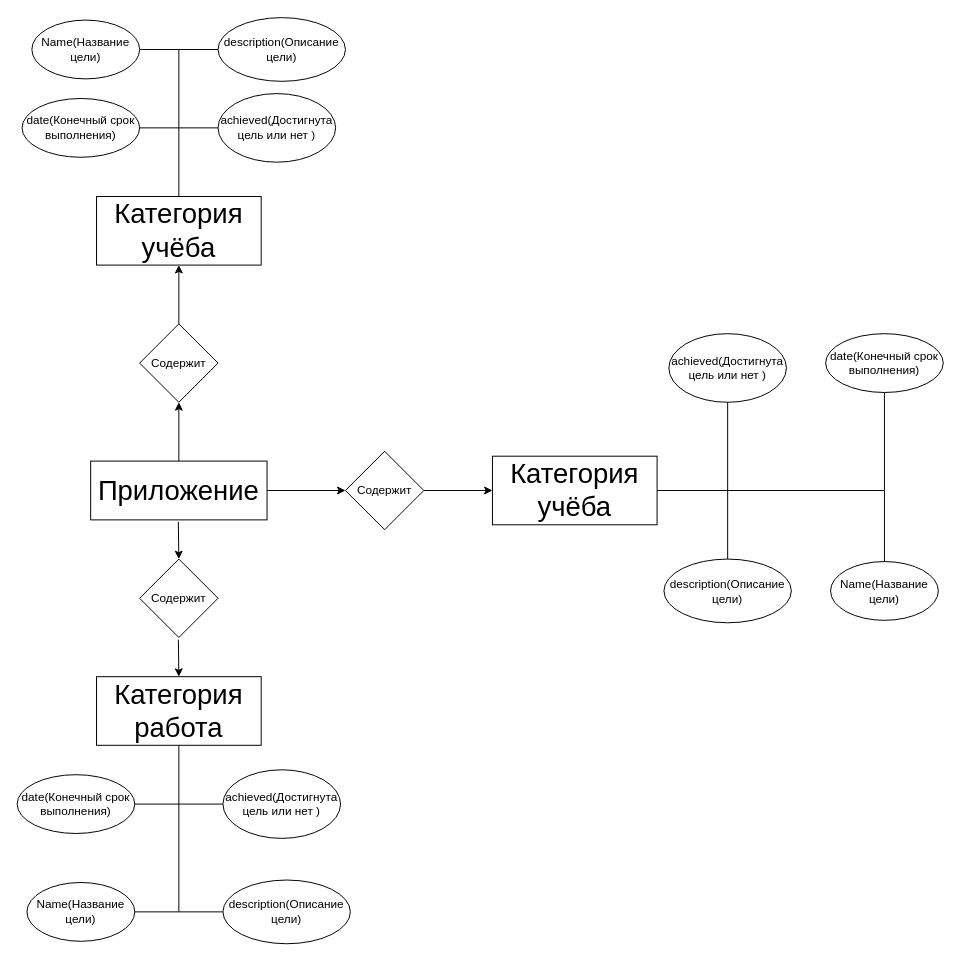
denisunderonov/toDo-app-python-and-Mysql keeps this draw.io diagram as Диаграмма для приложения-задачника.drawio. Above is the earlier version. Source tidied: cells renumbered, new cells numbered last; positions are measured from the earlier drawing's top-left corner, leaving out a move shared by most shapes. Both pictures are drawn from the tidied source at 98%, with x=0, y=0 at pixel (17, 18).
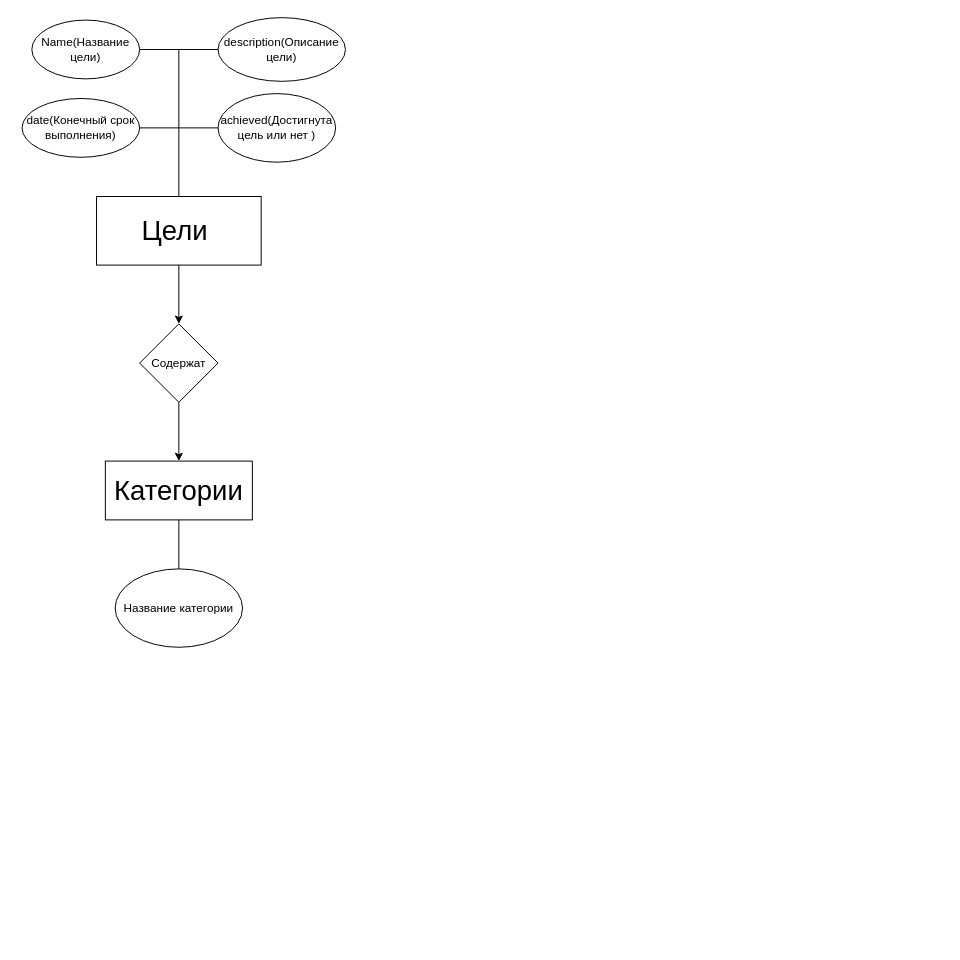
The same page after the edit.

Diff of the diagram source:
```diff
@@
-    <mxCell id="2" value="&lt;font style=&quot;font-size: 28px;&quot;&gt;Приложение&lt;/font&gt;" style="rounded=0;whiteSpace=wrap;html=1;" parent="1" vertex="1">
-      <mxGeometry x="75" y="452" width="180" height="60" as="geometry" />
-    </mxCell>
-    <mxCell id="3" value="Содержит" style="rhombus;whiteSpace=wrap;html=1;" parent="1" vertex="1">
-      <mxGeometry x="125" y="312" width="80" height="80" as="geometry" />
-    </mxCell>
-    <mxCell id="4" style="endArrow=classic;html=1;rounded=0;exitX=0.5;exitY=0;exitDx=0;exitDy=0;entryX=0.5;entryY=1;entryDx=0;entryDy=0;" parent="1" edge="1" source="2" target="3">
-      <mxGeometry relative="1" as="geometry" />
-    </mxCell>
-    <mxCell id="5" style="endArrow=classic;html=1;rounded=0;exitX=0.5;exitY=0;exitDx=0;exitDy=0;" parent="1" edge="1" source="3">
-      <mxGeometry relative="1" as="geometry">
-        <mxPoint x="165" y="252" as="targetPoint" />
-      </mxGeometry>
-    </mxCell>
-    <mxCell id="6" value="&lt;font style=&quot;font-size: 28px;&quot;&gt;Категория учёба&lt;/font&gt;" style="rounded=0;whiteSpace=wrap;html=1;" parent="1" vertex="1">
+    <mxCell id="6" value="&lt;span style=&quot;font-size: 28px;&quot;&gt;Цели&amp;nbsp;&lt;/span&gt;" style="rounded=0;whiteSpace=wrap;html=1;" parent="1" vertex="1">
       <mxGeometry x="81" y="182" width="168" height="70" as="geometry" />
     </mxCell>
@@
-    <mxCell id="16" value="Содержит" style="rhombus;whiteSpace=wrap;html=1;" parent="1" vertex="1">
-      <mxGeometry x="125" y="552" width="80" height="80" as="geometry" />
-    </mxCell>
-    <mxCell id="17" value="&lt;font style=&quot;font-size: 28px;&quot;&gt;Категория работа&lt;br&gt;&lt;/font&gt;" style="rounded=0;whiteSpace=wrap;html=1;" parent="1" vertex="1">
-      <mxGeometry x="81" y="672" width="168" height="70" as="geometry" />
-    </mxCell>
-    <mxCell id="18" value="Name(Название цели)" style="ellipse;whiteSpace=wrap;html=1;" parent="1" vertex="1">
-      <mxGeometry x="10" y="882" width="110" height="60" as="geometry" />
-    </mxCell>
-    <mxCell id="19" value="description(Описание цели)" style="ellipse;whiteSpace=wrap;html=1;" parent="1" vertex="1">
-      <mxGeometry x="210" y="879.5" width="130" height="65" as="geometry" />
-    </mxCell>
-    <mxCell id="20" value="date(Конечный срок выполнения)" style="ellipse;whiteSpace=wrap;html=1;" parent="1" vertex="1">
-      <mxGeometry y="772" width="120" height="60" as="geometry" />
-    </mxCell>
-    <mxCell id="21" value="achieved(Достигнута цель или нет )" style="ellipse;whiteSpace=wrap;html=1;" parent="1" vertex="1">
-      <mxGeometry x="210" y="767" width="120" height="70" as="geometry" />
-    </mxCell>
-    <mxCell id="22" value="Содержит" style="rhombus;whiteSpace=wrap;html=1;" parent="1" vertex="1">
-      <mxGeometry x="335" y="442" width="80" height="80" as="geometry" />
-    </mxCell>
-    <mxCell id="23" value="&lt;font style=&quot;font-size: 28px;&quot;&gt;Категория учёба&lt;/font&gt;" style="rounded=0;whiteSpace=wrap;html=1;" parent="1" vertex="1">
-      <mxGeometry x="485" y="447" width="168" height="70" as="geometry" />
-    </mxCell>
-    <mxCell id="24" value="Name(Название цели)" style="ellipse;whiteSpace=wrap;html=1;" parent="1" vertex="1">
-      <mxGeometry x="830" y="554.5" width="110" height="60" as="geometry" />
-    </mxCell>
-    <mxCell id="25" value="description(Описание цели)" style="ellipse;whiteSpace=wrap;html=1;" parent="1" vertex="1">
-      <mxGeometry x="660" y="552" width="130" height="65" as="geometry" />
-    </mxCell>
-    <mxCell id="26" value="date(Конечный срок выполнения)" style="ellipse;whiteSpace=wrap;html=1;" parent="1" vertex="1">
-      <mxGeometry x="825" y="322" width="120" height="60" as="geometry" />
-    </mxCell>
-    <mxCell id="27" value="achieved(Достигнута цель или нет )" style="ellipse;whiteSpace=wrap;html=1;" parent="1" vertex="1">
-      <mxGeometry x="665" y="322" width="120" height="70" as="geometry" />
-    </mxCell>
-    <mxCell id="28" style="endArrow=classic;html=1;rounded=0;exitX=0.497;exitY=1.033;exitDx=0;exitDy=0;exitPerimeter=0;entryX=0.5;entryY=0;entryDx=0;entryDy=0;" parent="1" edge="1" source="2" target="16">
-      <mxGeometry relative="1" as="geometry" />
-    </mxCell>
-    <mxCell id="29" style="endArrow=classic;html=1;rounded=0;exitX=0.494;exitY=1.028;exitDx=0;exitDy=0;exitPerimeter=0;entryX=0.5;entryY=0;entryDx=0;entryDy=0;" parent="1" edge="1" source="16" target="17">
-      <mxGeometry relative="1" as="geometry" />
-    </mxCell>
-    <mxCell id="30" style="endArrow=none;html=1;rounded=0;entryX=0.5;entryY=1;entryDx=0;entryDy=0;" parent="1" edge="1" target="17">
-      <mxGeometry relative="1" as="geometry">
-        <mxPoint x="165" y="912" as="sourcePoint" />
-      </mxGeometry>
-    </mxCell>
-    <mxCell id="31" style="endArrow=none;html=1;rounded=0;exitX=1;exitY=0.5;exitDx=0;exitDy=0;" parent="1" edge="1" source="20">
-      <mxGeometry relative="1" as="geometry">
-        <mxPoint x="165" y="802" as="targetPoint" />
-      </mxGeometry>
-    </mxCell>
-    <mxCell id="32" style="endArrow=none;html=1;rounded=0;entryX=0;entryY=0.5;entryDx=0;entryDy=0;" parent="1" edge="1" target="21">
-      <mxGeometry relative="1" as="geometry">
-        <mxPoint x="165" y="802" as="sourcePoint" />
-      </mxGeometry>
-    </mxCell>
-    <mxCell id="33" style="endArrow=none;html=1;rounded=0;exitX=1;exitY=0.5;exitDx=0;exitDy=0;" parent="1" edge="1" source="18">
-      <mxGeometry relative="1" as="geometry">
-        <mxPoint x="165" y="912" as="targetPoint" />
-      </mxGeometry>
-    </mxCell>
-    <mxCell id="34" style="endArrow=none;html=1;rounded=0;entryX=0;entryY=0.5;entryDx=0;entryDy=0;" parent="1" edge="1" target="19">
-      <mxGeometry relative="1" as="geometry">
-        <mxPoint x="165" y="912" as="sourcePoint" />
-      </mxGeometry>
-    </mxCell>
-    <mxCell id="35" style="endArrow=classic;html=1;rounded=0;exitX=1;exitY=0.5;exitDx=0;exitDy=0;entryX=0;entryY=0.5;entryDx=0;entryDy=0;" parent="1" edge="1" source="2" target="22">
-      <mxGeometry relative="1" as="geometry" />
-    </mxCell>
-    <mxCell id="36" style="endArrow=classic;html=1;rounded=0;exitX=1;exitY=0.5;exitDx=0;exitDy=0;entryX=0;entryY=0.5;entryDx=0;entryDy=0;" parent="1" edge="1" source="22" target="23">
-      <mxGeometry relative="1" as="geometry" />
-    </mxCell>
-    <mxCell id="37" style="endArrow=none;html=1;rounded=0;exitX=1;exitY=0.5;exitDx=0;exitDy=0;" parent="1" edge="1" source="23">
-      <mxGeometry relative="1" as="geometry">
-        <mxPoint x="885" y="482" as="targetPoint" />
-      </mxGeometry>
-    </mxCell>
-    <mxCell id="38" style="endArrow=none;html=1;rounded=0;entryX=0.5;entryY=1;entryDx=0;entryDy=0;" parent="1" edge="1" target="27">
-      <mxGeometry relative="1" as="geometry">
-        <mxPoint x="725" y="482" as="sourcePoint" />
-      </mxGeometry>
-    </mxCell>
-    <mxCell id="39" style="endArrow=none;html=1;rounded=0;entryX=0.5;entryY=1;entryDx=0;entryDy=0;" parent="1" edge="1" target="26">
-      <mxGeometry relative="1" as="geometry">
-        <mxPoint x="885" y="482" as="sourcePoint" />
-      </mxGeometry>
-    </mxCell>
-    <mxCell id="40" style="endArrow=none;html=1;rounded=0;exitX=0.5;exitY=0;exitDx=0;exitDy=0;" parent="1" edge="1" source="24">
-      <mxGeometry relative="1" as="geometry">
-        <mxPoint x="885" y="482" as="targetPoint" />
-      </mxGeometry>
-    </mxCell>
-    <mxCell id="41" style="endArrow=none;html=1;rounded=0;exitX=0.5;exitY=0;exitDx=0;exitDy=0;" parent="1" edge="1" source="25">
-      <mxGeometry relative="1" as="geometry">
-        <mxPoint x="725" y="482" as="targetPoint" />
-      </mxGeometry>
-    </mxCell>
+    <mxCell id="42" style="endArrow=classic;html=1;rounded=0;exitX=0.5;exitY=1;exitDx=0;exitDy=0;" parent="1" edge="1" source="6" target="43">
+      <mxGeometry relative="1" as="geometry" />
+    </mxCell>
+    <mxCell id="43" value="Содержат" style="rhombus;whiteSpace=wrap;html=1;" parent="1" vertex="1">
+      <mxGeometry x="125" y="312" width="80" height="80" as="geometry" />
+    </mxCell>
+    <mxCell id="44" style="endArrow=classic;html=1;rounded=0;exitX=0.5;exitY=1;exitDx=0;exitDy=0;" parent="1" edge="1" source="43">
+      <mxGeometry relative="1" as="geometry">
+        <mxPoint x="165" y="452" as="targetPoint" />
+      </mxGeometry>
+    </mxCell>
+    <mxCell id="45" value="&lt;span style=&quot;font-size: 28px;&quot;&gt;Категории&lt;/span&gt;" style="rounded=0;whiteSpace=wrap;html=1;" parent="1" vertex="1">
+      <mxGeometry x="90" y="452" width="150" height="60" as="geometry" />
+    </mxCell>
+    <mxCell id="46" style="endArrow=none;html=1;rounded=0;entryX=0.5;entryY=1;entryDx=0;entryDy=0;" parent="1" edge="1" target="45">
+      <mxGeometry relative="1" as="geometry">
+        <mxPoint x="165" y="572" as="sourcePoint" />
+      </mxGeometry>
+    </mxCell>
+    <mxCell id="47" value="Название категории" style="ellipse;whiteSpace=wrap;html=1;" parent="1" vertex="1">
+      <mxGeometry x="100" y="562" width="130" height="80" as="geometry" />
+    </mxCell>
```
